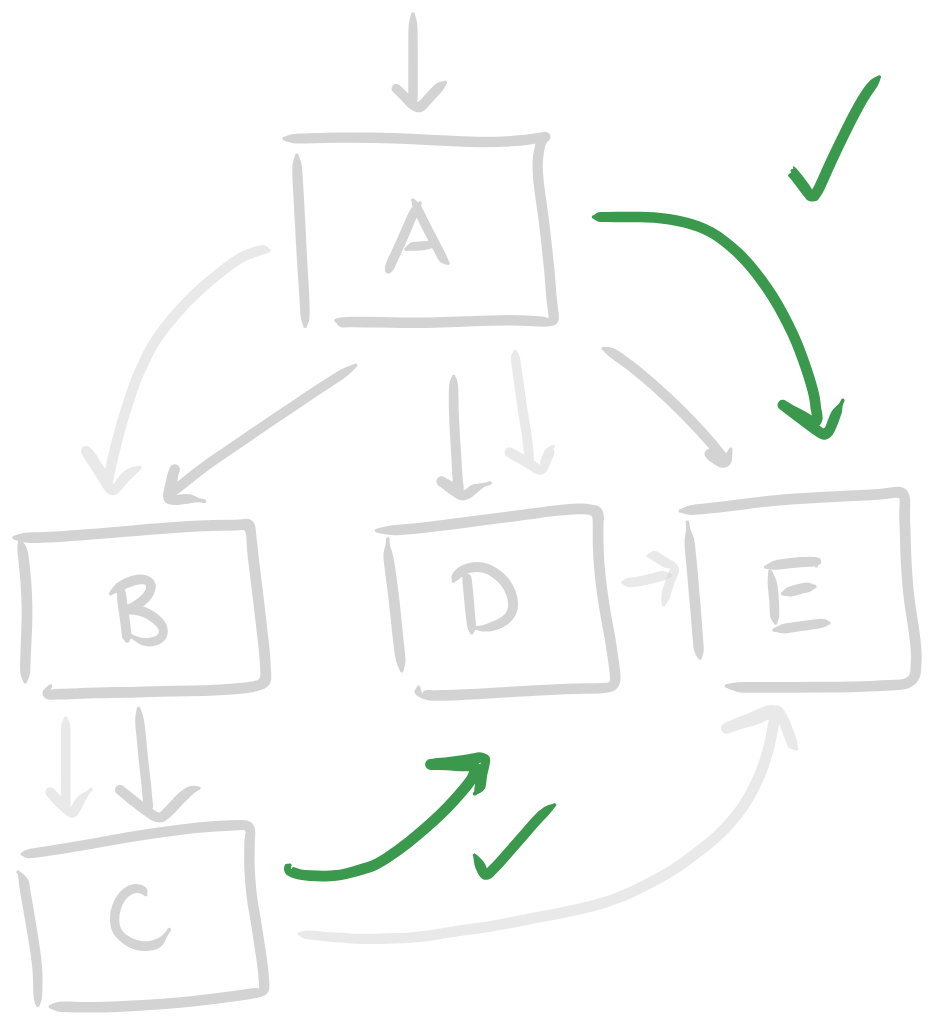
imbrem/tekne.dev keeps this Excalidraw diagram as src/lib/assets/inductive-ssa/dominance_tree_add_good.excalidraw.svg. Above is the earlier version. Source tidied: one line per element, renumbered; positions are measured from the earlier drawing's top-left corner, leaving out a move shared by most shapes.
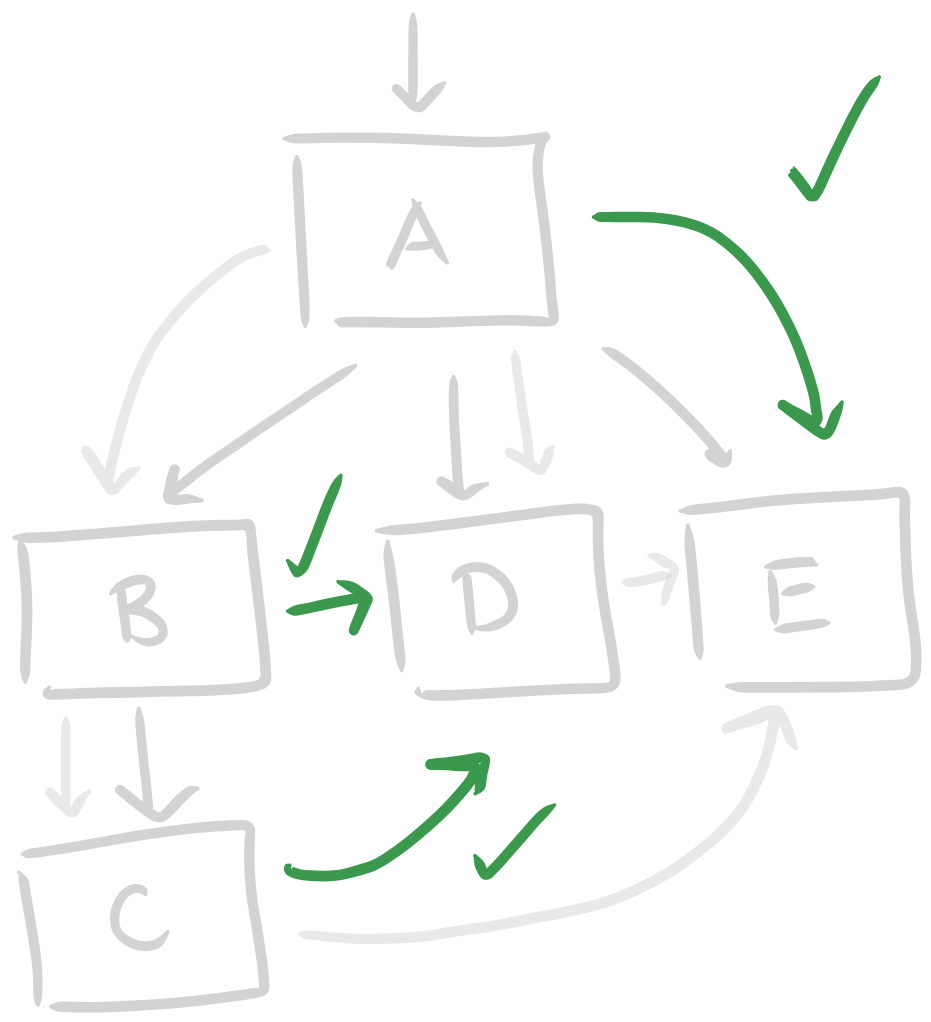
The same file after the commit.

Change to the diagram source:
```diff
@@ -37,3 +37,5 @@
 {"id": 36, "type": "freedraw", "strokeColor": "#2f9e44", "strokeWidth": 1, "roughness": 1, "x": 618, "y": 45, "width": 65, "height": 88, "points": [[0, 0], [-1, 1], [-3, 2], [-6, 7], [-13, 16], [-23, 35], [-38, 67], [-42, 77], [-44, 82], [-46, 86], [-48, 87], [-48, 88], [-49, 87], [-50, 83], [-55, 77], [-58, 73], [-61, 69], [-63, 67], [-64, 66], [-65, 66], [-65, 65], [-64, 66], [-62, 67], [-62, 67]]}
 {"id": 37, "type": "freedraw", "strokeColor": "#2f9e44", "strokeWidth": 1, "roughness": 1, "x": 197, "y": 608, "width": 143, "height": 86, "points": [[0, 0], [-1, 1], [-2, 2], [0, 4], [7, 7], [26, 8], [45, 6], [68, -2], [102, -30], [119, -47], [131, -62], [133, -69], [133, -71], [129, -71], [117, -71], [105, -72], [99, -72], [103, -73], [114, -73], [133, -76], [140, -78], [140, -74], [136, -61], [135, -50], [132, -51]]}
 {"id": 38, "type": "freedraw", "strokeColor": "#2f9e44", "strokeWidth": 1, "roughness": 1, "x": 386, "y": 565, "width": 57, "height": 52, "points": [[0, 0], [-1, 0], [-4, 2], [-10, 7], [-18, 16], [-31, 32], [-40, 42], [-46, 49], [-49, 51], [-49, 52], [-50, 51], [-52, 48], [-53, 43], [-55, 39], [-57, 34], [-57, 36], [-57, 36]]}
+{"id": 39, "type": "freedraw", "strokeColor": "#2f9e44", "strokeWidth": 1, "roughness": 1, "x": 196, "y": 426, "width": 58, "height": 37, "points": [[0, 0], [2, 1], [4, 0], [7, 0], [13, -2], [20, -3], [27, -5], [37, -7], [43, -8], [49, -9], [52, -10], [55, -10], [56, -10], [56, -9], [55, -7], [54, -4], [52, 2], [50, 7], [48, 11], [47, 14], [47, 15], [47, 14], [49, 11], [51, 5], [53, 1], [55, -3], [56, -6], [57, -8], [58, -8], [58, -9], [57, -10], [54, -12], [50, -15], [45, -18], [40, -20], [35, -22], [36, -21], [36, -21]]}
+{"id": 40, "type": "freedraw", "strokeColor": "#2f9e44", "strokeWidth": 1, "roughness": 1, "x": 234, "y": 330, "width": 38, "height": 72, "points": [[0, 0], [-1, 0], [-3, 4], [-5, 10], [-15, 33], [-22, 54], [-26, 64], [-28, 69], [-30, 72], [-31, 72], [-34, 68], [-36, 63], [-38, 61], [-38, 61]]}
```
